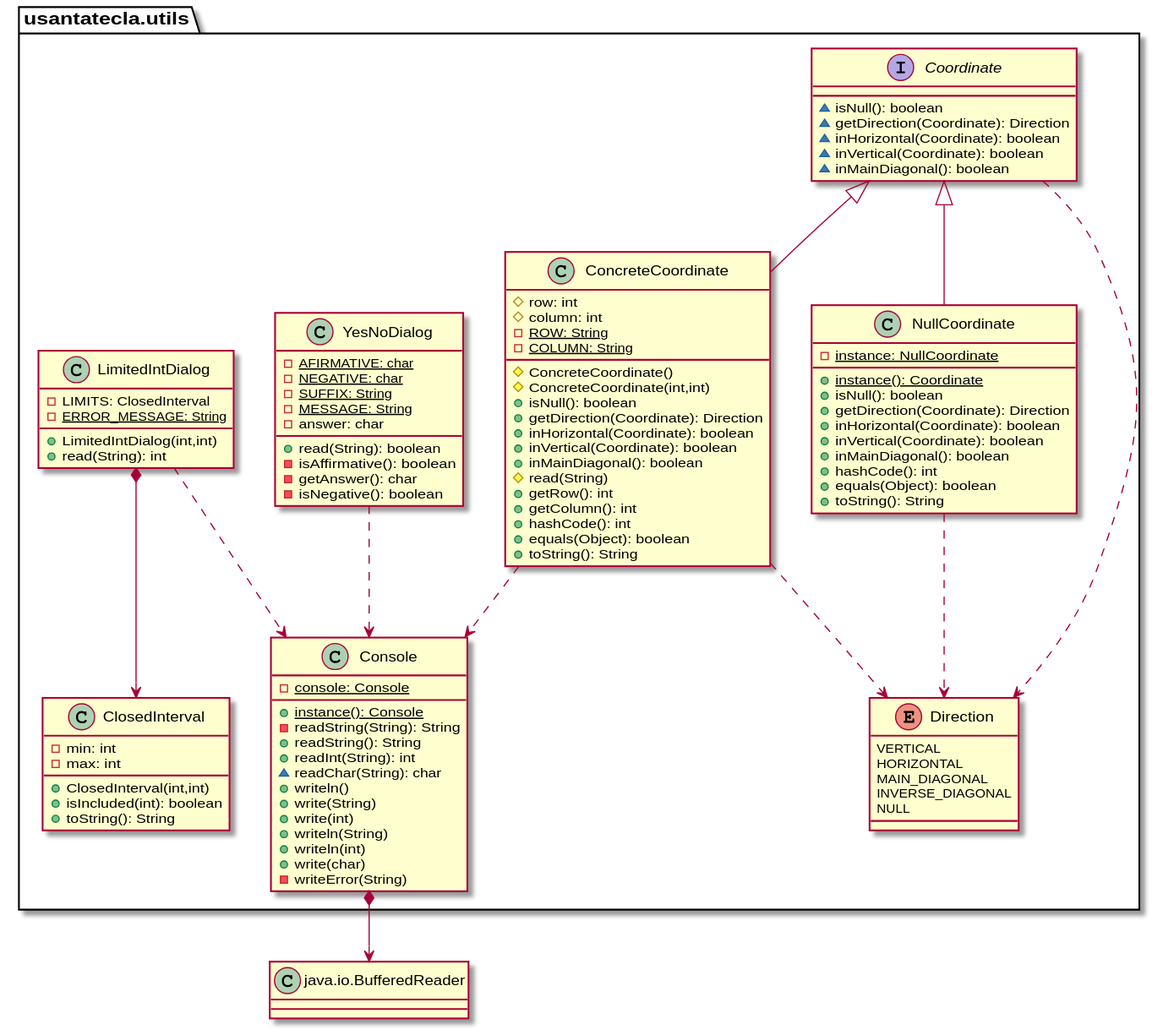
Jolucaa/USantaTecla-project-ticTacToe keeps this PlantUML diagram as modelViewPresenter/presentationModel/withFacade/docs/diagrams/out/paquetes/paqueteUtils.svg. Above is the earlier version.
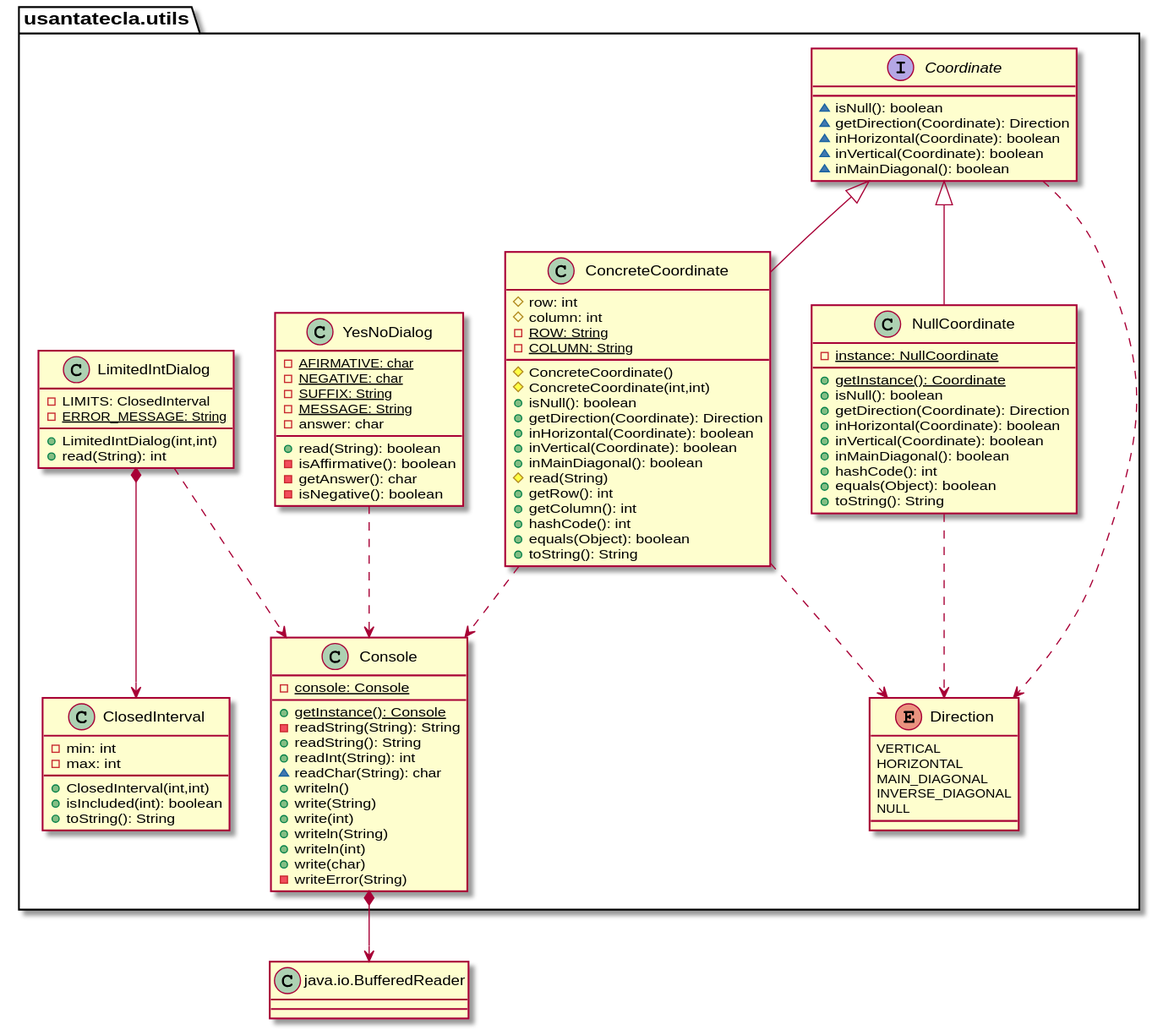
After the commit.

Commit message:
[mvp.pm.withFacade] Fixed singletons in Utils package & completed documentation

What changed in the source:
```diff
@@ -1,64 +1,13 @@
 @startuml
 class BufferedReader as "java.io.BufferedReader"{}
 
-class  usantatecla.utils.ClosedInterval{
-- min: int
-- max: int
-+ ClosedInterval(int,int)
-+ isIncluded(int): boolean
-+ toString(): String
+class usantatecla.utils.ClosedInterval{
+  - min: int
+  - max: int
+  + ClosedInterval(int,int)
+  + isIncluded(int): boolean
+  + toString(): String
 }
-
-class usantatecla.utils.ConcreteCoordinate{
-# row: int
-# column: int
-- {static} ROW: String
-- {static} COLUMN: String
-# ConcreteCoordinate()
-# ConcreteCoordinate(int,int)
-+ isNull(): boolean
-+ getDirection(Coordinate): Direction
-+ inHorizontal(Coordinate): boolean
-+ inVertical(Coordinate): boolean
-+ inMainDiagonal(): boolean
-# read(String)
-+ getRow(): int
-+ getColumn(): int
-+ hashCode(): int
-+ equals(Object): boolean
-+ toString(): String
-}
-
-usantatecla.utils.Coordinate <|-down- usantatecla.utils.ConcreteCoordinate
-usantatecla.utils.ConcreteCoordinate .down.> usantatecla.utils.Direction
-usantatecla.utils.ConcreteCoordinate .down.> usantatecla.utils.Console
-
-
-class usantatecla.utils.Console{
-- {static} console: Console
-+ {static} instance(): Console
-- readString(String): String
-+ readString(): String
-+ readInt(String): int
-~ readChar(String): char
-+ writeln()
-+ write(String)
-+ write(int)
-+ writeln(String)
-+ writeln(int)
-+ write(char)
-- writeError(String)
-}
-usantatecla.utils.Console *-down-> BufferedReader
-
-interface usantatecla.utils.Coordinate{
-~ isNull(): boolean
-~ getDirection(Coordinate): Direction
-~ inHorizontal(Coordinate): boolean
-~ inVertical(Coordinate): boolean
-~ inMainDiagonal(): boolean
-}
-usantatecla.utils.Coordinate .down.> usantatecla.utils.Direction
 
 enum usantatecla.utils.Direction{
   VERTICAL
@@ -68,41 +17,90 @@
   NULL
 }
 
-class usantatecla.utils.LimitedIntDialog{
-- LIMITS: ClosedInterval
-- {static} ERROR_MESSAGE: String
-+ LimitedIntDialog(int,int)
-+ read(String): int
+interface usantatecla.utils.Coordinate {
+  ~ isNull(): boolean
+  ~ getDirection(Coordinate): Direction
+  ~ inHorizontal(Coordinate): boolean
+  ~ inVertical(Coordinate): boolean
+  ~ inMainDiagonal(): boolean
+}
+usantatecla.utils.Coordinate .down.> usantatecla.utils.Direction
+
+class usantatecla.utils.ConcreteCoordinate{
+  # row: int
+  # column: int
+  - {static} ROW: String
+  - {static} COLUMN: String
+  # ConcreteCoordinate()
+  # ConcreteCoordinate(int,int)
+  + isNull(): boolean
+  + getDirection(Coordinate): Direction
+  + inHorizontal(Coordinate): boolean
+  + inVertical(Coordinate): boolean
+  + inMainDiagonal(): boolean
+  # read(String)
+  + getRow(): int
+  + getColumn(): int
+  + hashCode(): int
+  + equals(Object): boolean
+  + toString(): String
 }
 
-usantatecla.utils.LimitedIntDialog *-down-> usantatecla.utils.ClosedInterval
-usantatecla.utils.LimitedIntDialog .down.> usantatecla.utils.Console
+usantatecla.utils.Coordinate <|-down- usantatecla.utils.ConcreteCoordinate
+usantatecla.utils.ConcreteCoordinate .down.> usantatecla.utils.Direction
+usantatecla.utils.ConcreteCoordinate .down.> usantatecla.utils.Console
 
 class usantatecla.utils.NullCoordinate{
-- {static} instance: NullCoordinate
-+ {static} instance(): Coordinate
-+ isNull(): boolean
-+ getDirection(Coordinate): Direction
-+ inHorizontal(Coordinate): boolean
-+ inVertical(Coordinate): boolean
-+ inMainDiagonal(): boolean
-+ hashCode(): int
-+ equals(Object): boolean
-+ toString(): String
+  - {static} instance: NullCoordinate
+  + {static} getInstance(): Coordinate
+  + isNull(): boolean
+  + getDirection(Coordinate): Direction
+  + inHorizontal(Coordinate): boolean
+  + inVertical(Coordinate): boolean
+  + inMainDiagonal(): boolean
+  + hashCode(): int
+  + equals(Object): boolean
+  + toString(): String
 }
 usantatecla.utils.Coordinate <|-down- usantatecla.utils.NullCoordinate
 usantatecla.utils.NullCoordinate .down.> usantatecla.utils.Direction
 
+class usantatecla.utils.Console{
+  - {static} console: Console
+  + {static} getInstance(): Console
+  - readString(String): String
+  + readString(): String
+  + readInt(String): int
+  ~ readChar(String): char
+  + writeln()
+  + write(String)
+  + write(int)
+  + writeln(String)
+  + writeln(int)
+  + write(char)
+  - writeError(String)
+}
+usantatecla.utils.Console *-down-> BufferedReader
+
+class usantatecla.utils.LimitedIntDialog{
+  - LIMITS: ClosedInterval
+  - {static} ERROR_MESSAGE: String
+  + LimitedIntDialog(int,int)
+  + read(String): int
+}
+usantatecla.utils.LimitedIntDialog *-down-> usantatecla.utils.ClosedInterval
+usantatecla.utils.LimitedIntDialog .down.> usantatecla.utils.Console
+
 class usantatecla.utils.YesNoDialog{
-- {static} AFIRMATIVE: char
-- {static} NEGATIVE: char
-- {static} SUFFIX: String
-- {static} MESSAGE: String
-- answer: char
-+ read(String): boolean
-- isAffirmative(): boolean
-- getAnswer(): char
-- isNegative(): boolean
+  - {static} AFIRMATIVE: char
+  - {static} NEGATIVE: char
+  - {static} SUFFIX: String
+  - {static} MESSAGE: String
+  - answer: char
+  + read(String): boolean
+  - isAffirmative(): boolean
+  - getAnswer(): char
+  - isNegative(): boolean
 }
 usantatecla.utils.YesNoDialog .down.> usantatecla.utils.Console
 @enduml
```
